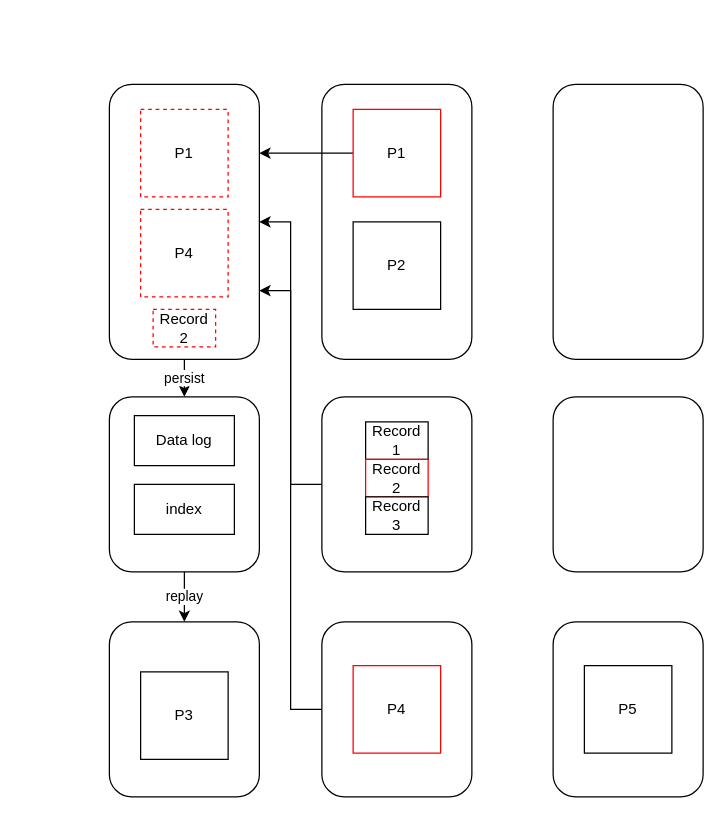
Earlier version of the draw.io diagram Untitled Diagram.drawio (rehoboan/Draw-Files). Source tidied: cells renumbered, new cells numbered last; positions are measured from the earlier drawing's top-left corner, leaving out a move shared by most shapes. Both pictures are drawn from the tidied source at 125%, with x=0, y=0 at pixel (109, 84).
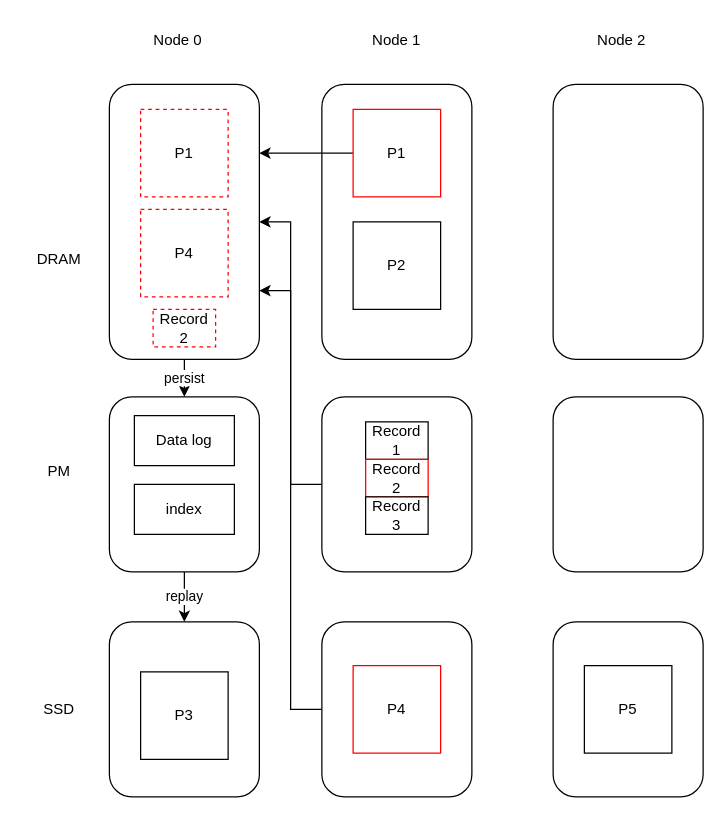
The same diagram, later.

What changed in the source:
```diff
@@
+    <mxCell id="29" value="Node 0" style="text;html=1;strokeColor=none;fillColor=none;align=center;verticalAlign=middle;whiteSpace=wrap;rounded=0;" parent="1" vertex="1">
+      <mxGeometry x="25" y="-50" width="60" height="30" as="geometry" />
+    </mxCell>
+    <mxCell id="30" value="Node 1" style="text;html=1;strokeColor=none;fillColor=none;align=center;verticalAlign=middle;whiteSpace=wrap;rounded=0;" parent="1" vertex="1">
+      <mxGeometry x="200" y="-50" width="60" height="30" as="geometry" />
+    </mxCell>
+    <mxCell id="31" value="Node 2" style="text;html=1;strokeColor=none;fillColor=none;align=center;verticalAlign=middle;whiteSpace=wrap;rounded=0;" parent="1" vertex="1">
+      <mxGeometry x="380" y="-50" width="60" height="30" as="geometry" />
+    </mxCell>
+    <mxCell id="32" value="DRAM" style="text;html=1;strokeColor=none;fillColor=none;align=center;verticalAlign=middle;whiteSpace=wrap;rounded=0;" parent="1" vertex="1">
+      <mxGeometry x="-70" y="80" width="60" height="120" as="geometry" />
+    </mxCell>
+    <mxCell id="33" value="PM" style="text;html=1;strokeColor=none;fillColor=none;align=center;verticalAlign=middle;whiteSpace=wrap;rounded=0;" parent="1" vertex="1">
+      <mxGeometry x="-70" y="250" width="60" height="120" as="geometry" />
+    </mxCell>
+    <mxCell id="34" value="SSD" style="text;html=1;strokeColor=none;fillColor=none;align=center;verticalAlign=middle;whiteSpace=wrap;rounded=0;" parent="1" vertex="1">
+      <mxGeometry x="-70" y="440" width="60" height="120" as="geometry" />
+    </mxCell>
```
